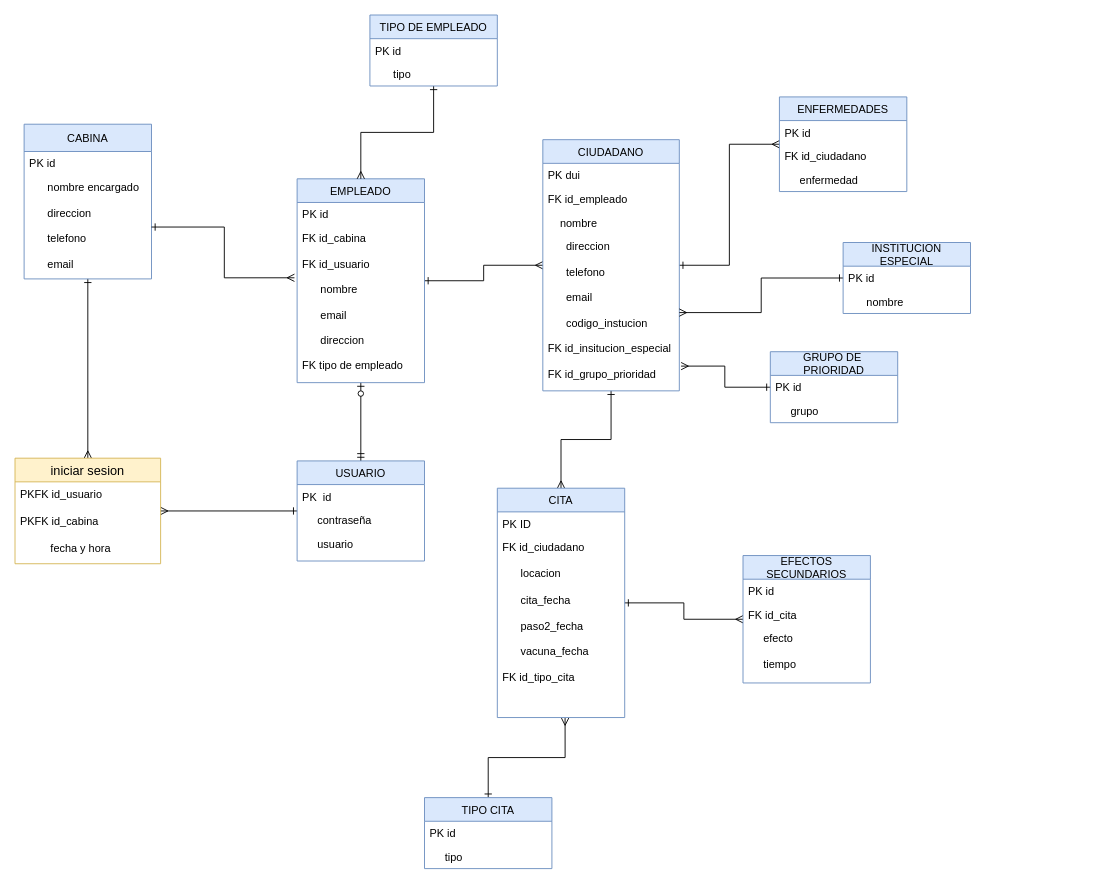
Before: Bases de datos/DIAGRAMA R (normalizado).drawio in UCASV/proyecto-final-grupo-35, a draw.io diagram. Source tidied: cells renumbered, new cells numbered last; positions are measured from the earlier drawing's top-left corner, leaving out a move shared by most shapes. Both pictures are drawn from the tidied source at 91%, with x=0, y=0 at pixel (15, 15).
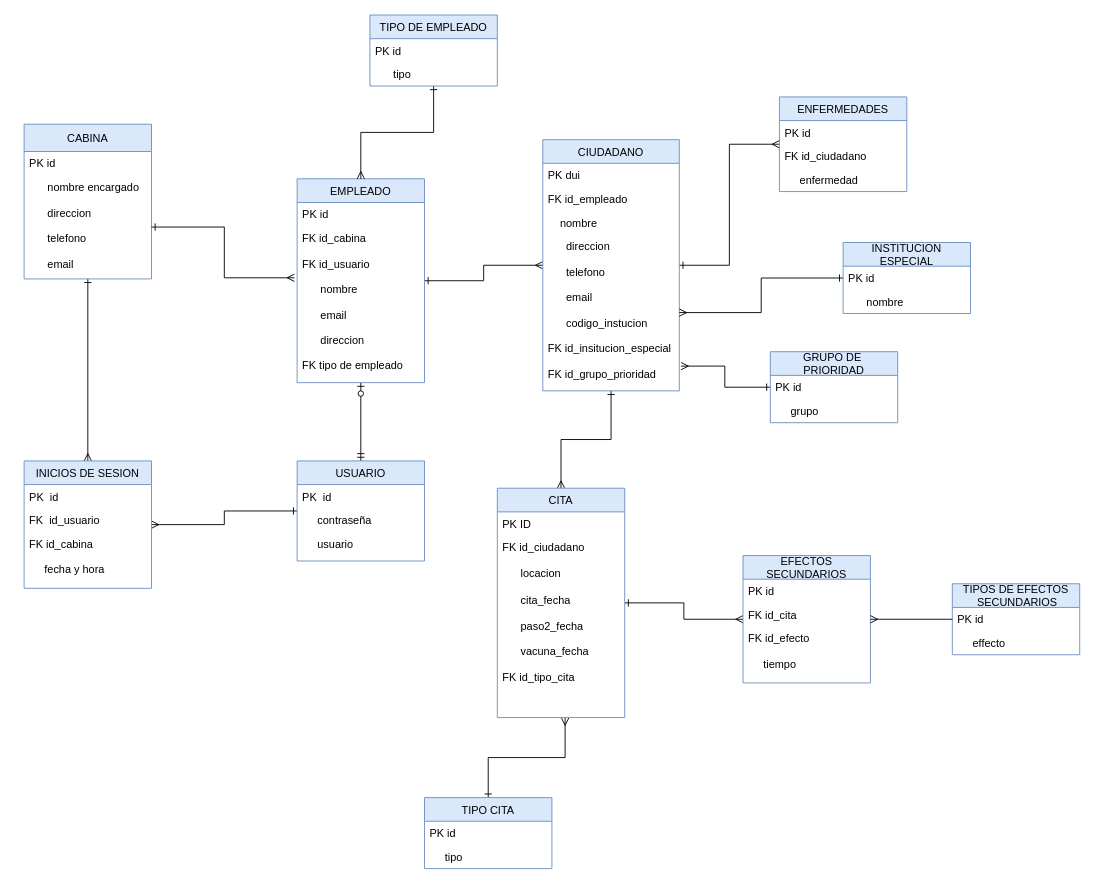
After the change.

The change refers to these unchanged cells:
```xml
<mxCell id="3" value="CABINA" style="swimlane;fontStyle=0;horizontal=1;startSize=30;fillColor=#dae8fc;strokeColor=#6c8ebf;" parent="1" vertex="1">
  <mxGeometry x="10" y="120" width="140" height="170" as="geometry" />
</mxCell>
<mxCell id="24" value="USUARIO" style="swimlane;fontStyle=0;horizontal=1;startSize=26;fillColor=#dae8fc;strokeColor=#6c8ebf;" parent="1" vertex="1">
  <mxGeometry x="310" y="490" width="140" height="110" as="geometry" />
</mxCell>
<mxCell id="36" value="EFECTOS &#10;SECUNDARIOS" style="swimlane;fontStyle=0;horizontal=1;startSize=26;fillColor=#dae8fc;strokeColor=#6c8ebf;" parent="1" vertex="1">
  <mxGeometry x="800" y="594" width="140" height="140" as="geometry" />
</mxCell>
```

Change to the diagram source:
```diff
@@
-    <mxCell id="2" style="edgeStyle=orthogonalEdgeStyle;rounded=0;jettySize=auto;html=1;entryX=0.5;entryY=0;entryDx=0;entryDy=0;fontColor=#000000;startArrow=ERone;startFill=0;endArrow=ERmany;endFill=0;" parent="1" edge="1" source="3" target="28">
+    <mxCell id="2" style="edgeStyle=orthogonalEdgeStyle;rounded=0;jettySize=auto;html=1;entryX=0.5;entryY=0;entryDx=0;entryDy=0;fontColor=#000000;startArrow=ERone;startFill=0;endArrow=ERmany;endFill=0;" parent="1" edge="1" source="3" target="57">
       <mxGeometry relative="1" as="geometry" />
     </mxCell>
@@
-    <mxCell id="23" style="edgeStyle=orthogonalEdgeStyle;rounded=0;jettySize=auto;html=1;fontColor=#000000;startArrow=ERone;startFill=0;endArrow=ERmany;endFill=0;" parent="1" edge="1" source="24" target="28">
+    <mxCell id="23" style="edgeStyle=orthogonalEdgeStyle;rounded=0;jettySize=auto;html=1;fontColor=#000000;startArrow=ERone;startFill=0;endArrow=ERmany;endFill=0;" parent="1" edge="1" source="24" target="57">
       <mxGeometry relative="1" as="geometry" />
     </mxCell>
@@
-    <mxCell id="28" value="iniciar sesion" style="swimlane;fontStyle=0;horizontal=1;startSize=26;align=center;fontSize=14;labelBackgroundColor=none;fillColor=#fff2cc;strokeColor=#d6b656;" parent="1" vertex="1">
-      <mxGeometry y="487" width="160" height="116" as="geometry" />
-    </mxCell>
-    <mxCell id="29" value="PKFK id_usuario" style="text;strokeColor=none;fillColor=none;spacingLeft=4;spacingRight=4;overflow=hidden;fontSize=12;" parent="28" vertex="1">
-      <mxGeometry y="26" width="160" height="30" as="geometry" />
-    </mxCell>
-    <mxCell id="30" value="PKFK id_cabina" style="text;strokeColor=none;fillColor=none;spacingLeft=4;spacingRight=4;overflow=hidden;fontSize=12;" parent="28" vertex="1">
-      <mxGeometry y="56" width="160" height="30" as="geometry" />
-    </mxCell>
-    <mxCell id="31" value="          fecha y hora" style="text;strokeColor=none;fillColor=none;spacingLeft=4;spacingRight=4;overflow=hidden;fontSize=12;" parent="28" vertex="1">
-      <mxGeometry y="86" width="160" height="30" as="geometry" />
-    </mxCell>
@@
-    <mxCell id="39" value="        efecto&#10;&#10;     tiempo&#10;" style="text;strokeColor=none;fillColor=none;align=left;verticalAlign=top;spacingLeft=4;spacingRight=4;overflow=hidden;" parent="36" vertex="1">
+    <mxCell id="39" value="FK id_efecto&#10;&#10;     tiempo&#10;" style="text;strokeColor=none;fillColor=none;align=left;verticalAlign=top;spacingLeft=4;spacingRight=4;overflow=hidden;" parent="36" vertex="1">
       <mxGeometry y="78" width="140" height="62" as="geometry" />
     </mxCell>
@@
+    <mxCell id="57" value="INICIOS DE SESION" style="swimlane;fontStyle=0;horizontal=1;startSize=26;fillColor=#dae8fc;strokeColor=#6c8ebf;" parent="1" vertex="1">
+      <mxGeometry x="10" y="490" width="140" height="140" as="geometry" />
+    </mxCell>
+    <mxCell id="58" value="PK  id" style="text;strokeColor=none;fillColor=none;align=left;verticalAlign=top;spacingLeft=4;spacingRight=4;overflow=hidden;fontStyle=0;" parent="57" vertex="1">
+      <mxGeometry y="26" width="140" height="26" as="geometry" />
+    </mxCell>
+    <mxCell id="59" value="FK  id_usuario" style="text;strokeColor=none;fillColor=none;align=left;verticalAlign=top;spacingLeft=4;spacingRight=4;overflow=hidden;" parent="57" vertex="1">
+      <mxGeometry y="52" width="140" height="26" as="geometry" />
+    </mxCell>
+    <mxCell id="60" value="FK id_cabina&#10;&#10;      fecha y hora" style="text;strokeColor=none;fillColor=none;align=left;verticalAlign=top;spacingLeft=4;spacingRight=4;overflow=hidden;fontStyle=0;" parent="57" vertex="1">
+      <mxGeometry y="78" width="140" height="62" as="geometry" />
+    </mxCell>
+    <mxCell id="61" value="TIPOS DE EFECTOS&#10; SECUNDARIOS" style="swimlane;fontStyle=0;horizontal=1;startSize=26;fillColor=#dae8fc;strokeColor=#6c8ebf;" parent="1" vertex="1">
+      <mxGeometry x="1030" y="625" width="140" height="78" as="geometry" />
+    </mxCell>
+    <mxCell id="62" value="PK id" style="text;strokeColor=none;fillColor=none;align=left;verticalAlign=top;spacingLeft=4;spacingRight=4;overflow=hidden;points=[[0,0.5],[1,0.5]];portConstraint=eastwest;fontStyle=0;" parent="61" vertex="1">
+      <mxGeometry y="26" width="140" height="26" as="geometry" />
+    </mxCell>
+    <mxCell id="63" value="     effecto" style="text;strokeColor=none;fillColor=none;align=left;verticalAlign=top;spacingLeft=4;spacingRight=4;overflow=hidden;" parent="61" vertex="1">
+      <mxGeometry y="52" width="140" height="26" as="geometry" />
+    </mxCell>
+    <mxCell id="64" style="edgeStyle=orthogonalEdgeStyle;rounded=0;jettySize=auto;html=1;endArrow=ERmany;endFill=0;" parent="1" edge="1" source="62" target="36">
+      <mxGeometry relative="1" as="geometry" />
+    </mxCell>
```
